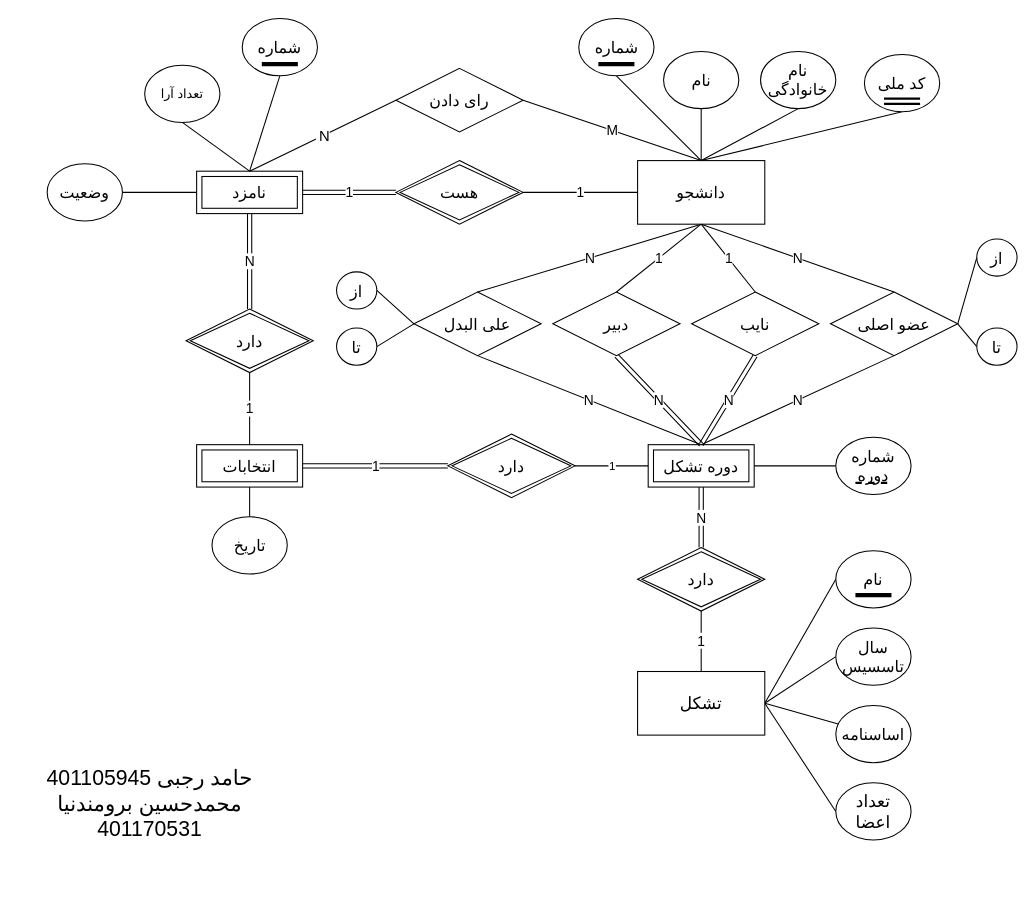
Earlier version of the draw.io diagram Associations/associations.drawio (HamedR123/database-systems-spring-2025). Source tidied: cells renumbered, new cells numbered last; positions are measured from the earlier drawing's top-left corner, leaving out a move shared by most shapes. Both pictures are drawn from the tidied source at 106%, with x=0, y=0 at pixel (18, 18).
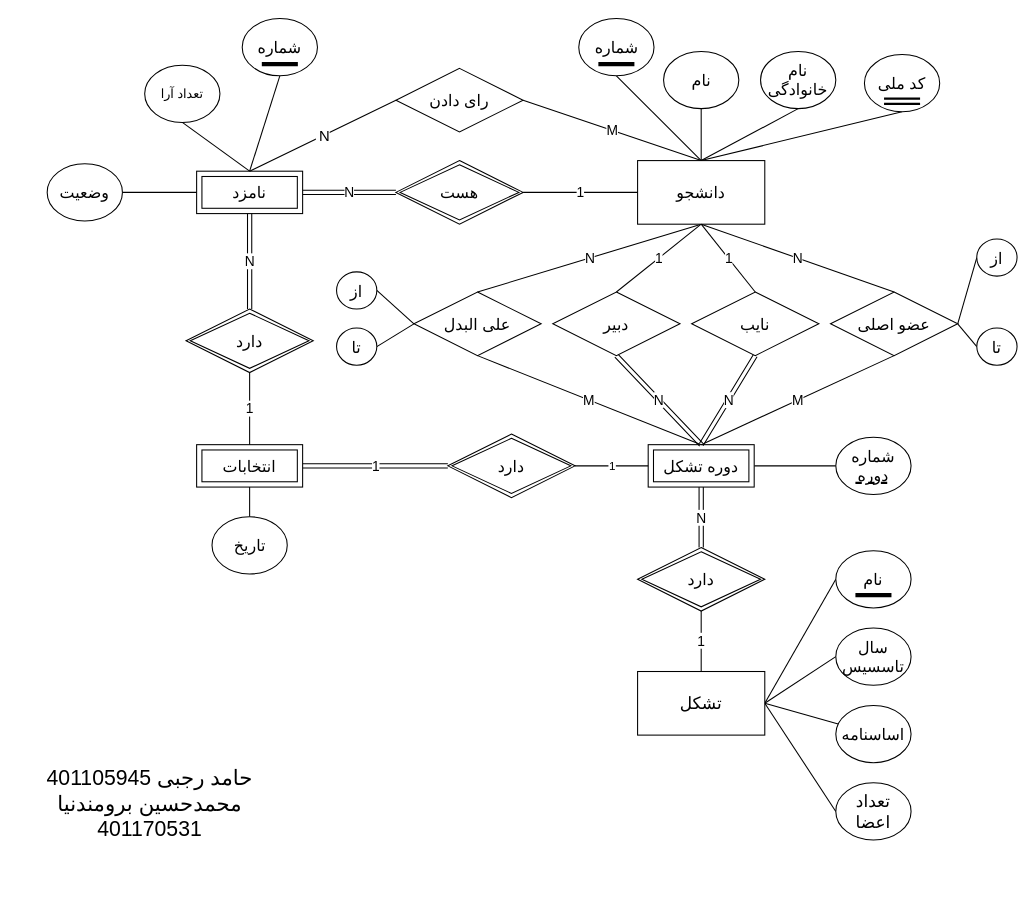
The same page after the edit.

Unchanged cells that the change refers to:
```xml
<mxCell id="13" value="&lt;font style=&quot;font-size: 15px;&quot; face=&quot;Amiri&quot;&gt;دوره تشکل&lt;/font&gt;" style="shape=ext;margin=3;double=1;whiteSpace=wrap;html=1;align=center;fontFamily=Helvetica;fontSize=11;fontColor=default;labelBackgroundColor=default;" parent="1" vertex="1">
  <mxGeometry x="594" y="402" width="100" height="40" as="geometry" />
</mxCell>
<mxCell id="39" value="&lt;font style=&quot;font-size: 15px;&quot; face=&quot;Amiri&quot;&gt;علی البدل&lt;/font&gt;" style="shape=rhombus;perimeter=rhombusPerimeter;whiteSpace=wrap;html=1;align=center;fontFamily=Helvetica;fontSize=11;fontColor=default;labelBackgroundColor=default;" parent="1" vertex="1">
  <mxGeometry x="373" y="258" width="120" height="60" as="geometry" />
</mxCell>
<mxCell id="48" value="&lt;font face=&quot;Amiri&quot; style=&quot;font-size: 15px;&quot;&gt;عضو اصلی&lt;/font&gt;" style="shape=rhombus;perimeter=rhombusPerimeter;whiteSpace=wrap;html=1;align=center;fontFamily=Helvetica;fontSize=11;fontColor=default;labelBackgroundColor=default;" parent="1" vertex="1">
  <mxGeometry x="766" y="258" width="120" height="60" as="geometry" />
</mxCell>
<mxCell id="59" value="&lt;font style=&quot;font-size: 15px;&quot; face=&quot;Amiri&quot;&gt;نامزد&lt;/font&gt;" style="shape=ext;margin=3;double=1;whiteSpace=wrap;html=1;align=center;fontFamily=Helvetica;fontSize=11;fontColor=default;labelBackgroundColor=default;" parent="1" vertex="1">
  <mxGeometry x="168" y="144" width="100" height="40" as="geometry" />
</mxCell>
<mxCell id="64" value="&lt;font style=&quot;font-size: 15px;&quot; face=&quot;Amiri&quot;&gt;هست&lt;/font&gt;" style="shape=rhombus;double=1;perimeter=rhombusPerimeter;whiteSpace=wrap;html=1;align=center;fontFamily=Helvetica;fontSize=11;fontColor=default;labelBackgroundColor=default;" parent="1" vertex="1">
  <mxGeometry x="356" y="134" width="120" height="60" as="geometry" />
</mxCell>
```

What changed in the source:
```diff
@@
-    <mxCell id="12" value="&lt;font style=&quot;font-size: 13px;&quot;&gt;N&lt;/font&gt;" style="edgeStyle=none;shape=connector;rounded=0;jettySize=auto;html=1;exitX=0.5;exitY=0;exitDx=0;exitDy=0;entryX=0.5;entryY=1;entryDx=0;entryDy=0;strokeColor=default;align=center;verticalAlign=middle;fontFamily=Helvetica;fontSize=11;fontColor=default;labelBackgroundColor=default;startFill=0;endArrow=none;" parent="1" edge="1" source="13" target="39">
+    <mxCell id="12" value="&lt;font style=&quot;font-size: 13px;&quot;&gt;M&lt;/font&gt;" style="edgeStyle=none;shape=connector;rounded=0;jettySize=auto;html=1;exitX=0.5;exitY=0;exitDx=0;exitDy=0;entryX=0.5;entryY=1;entryDx=0;entryDy=0;strokeColor=default;align=center;verticalAlign=middle;fontFamily=Helvetica;fontSize=11;fontColor=default;labelBackgroundColor=default;startFill=0;endArrow=none;" parent="1" edge="1" source="13" target="39">
       <mxGeometry relative="1" as="geometry" />
     </mxCell>
@@
-    <mxCell id="44" value="&lt;font style=&quot;font-size: 13px;&quot;&gt;N&lt;/font&gt;" style="edgeStyle=none;shape=connector;rounded=0;jettySize=auto;html=1;exitX=0.5;exitY=1;exitDx=0;exitDy=0;entryX=0.5;entryY=0;entryDx=0;entryDy=0;strokeColor=default;align=center;verticalAlign=middle;fontFamily=Helvetica;fontSize=11;fontColor=default;labelBackgroundColor=default;startFill=0;endArrow=none;" parent="1" edge="1" source="48" target="13">
+    <mxCell id="44" value="&lt;font style=&quot;font-size: 13px;&quot;&gt;M&lt;/font&gt;" style="edgeStyle=none;shape=connector;rounded=0;jettySize=auto;html=1;exitX=0.5;exitY=1;exitDx=0;exitDy=0;entryX=0.5;entryY=0;entryDx=0;entryDy=0;strokeColor=default;align=center;verticalAlign=middle;fontFamily=Helvetica;fontSize=11;fontColor=default;labelBackgroundColor=default;startFill=0;endArrow=none;" parent="1" edge="1" source="48" target="13">
       <mxGeometry relative="1" as="geometry" />
     </mxCell>
@@
-    <mxCell id="58" value="&lt;font style=&quot;font-size: 13px;&quot;&gt;1&lt;/font&gt;" style="edgeStyle=none;shape=link;rounded=0;jettySize=auto;html=1;exitX=1;exitY=0.5;exitDx=0;exitDy=0;entryX=0;entryY=0.5;entryDx=0;entryDy=0;strokeColor=default;align=center;verticalAlign=middle;fontFamily=Helvetica;fontSize=11;fontColor=default;labelBackgroundColor=default;startFill=0;endArrow=none;" parent="1" edge="1" source="59" target="64">
+    <mxCell id="58" value="&lt;font style=&quot;font-size: 13px;&quot;&gt;N&lt;/font&gt;" style="edgeStyle=none;shape=link;rounded=0;jettySize=auto;html=1;exitX=1;exitY=0.5;exitDx=0;exitDy=0;entryX=0;entryY=0.5;entryDx=0;entryDy=0;strokeColor=default;align=center;verticalAlign=middle;fontFamily=Helvetica;fontSize=11;fontColor=default;labelBackgroundColor=default;startFill=0;endArrow=none;" parent="1" edge="1" source="59" target="64">
       <mxGeometry relative="1" as="geometry" />
     </mxCell>
```
